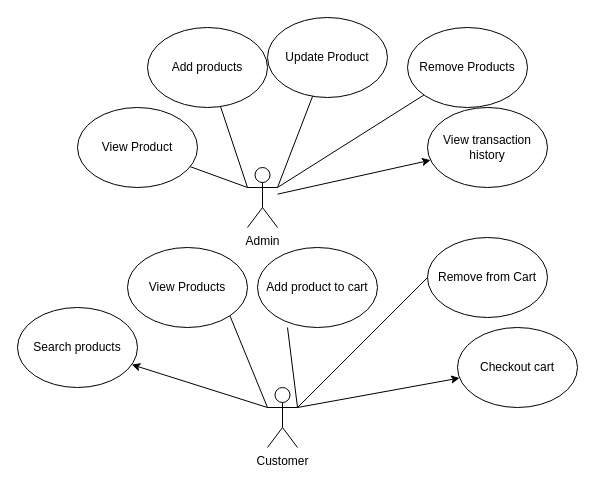
Above: page "Use Case Diagram" (1 of 2) of phoenixstoredesing.drawio in tifelan/Springboot (draw.io), before the change. Source tidied: cells renumbered, new cells numbered last; positions are measured from the earlier drawing's top-left corner, leaving out a move shared by most shapes. Both pictures are drawn from the tidied source at 100%, with x=0, y=0 at pixel (17, 17).
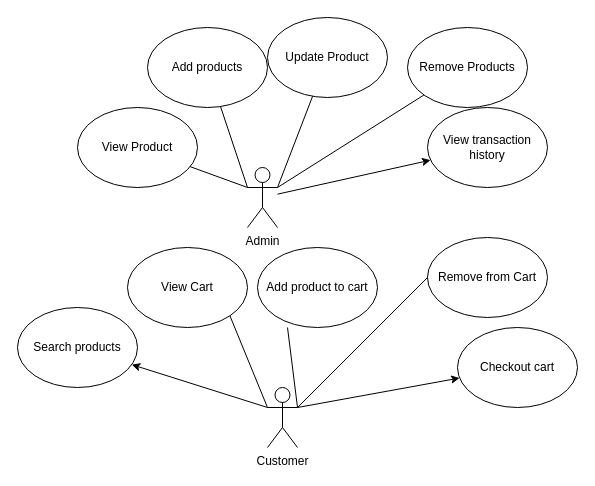
After the change.

What changed in the source:
```diff
@@
-    <mxCell id="12" value="View Products" style="ellipse;whiteSpace=wrap;html=1;" parent="1" vertex="1">
+    <mxCell id="12" value="View Cart" style="ellipse;whiteSpace=wrap;html=1;" parent="1" vertex="1">
       <mxGeometry x="110" y="230" width="120" height="80" as="geometry" />
     </mxCell>
```
